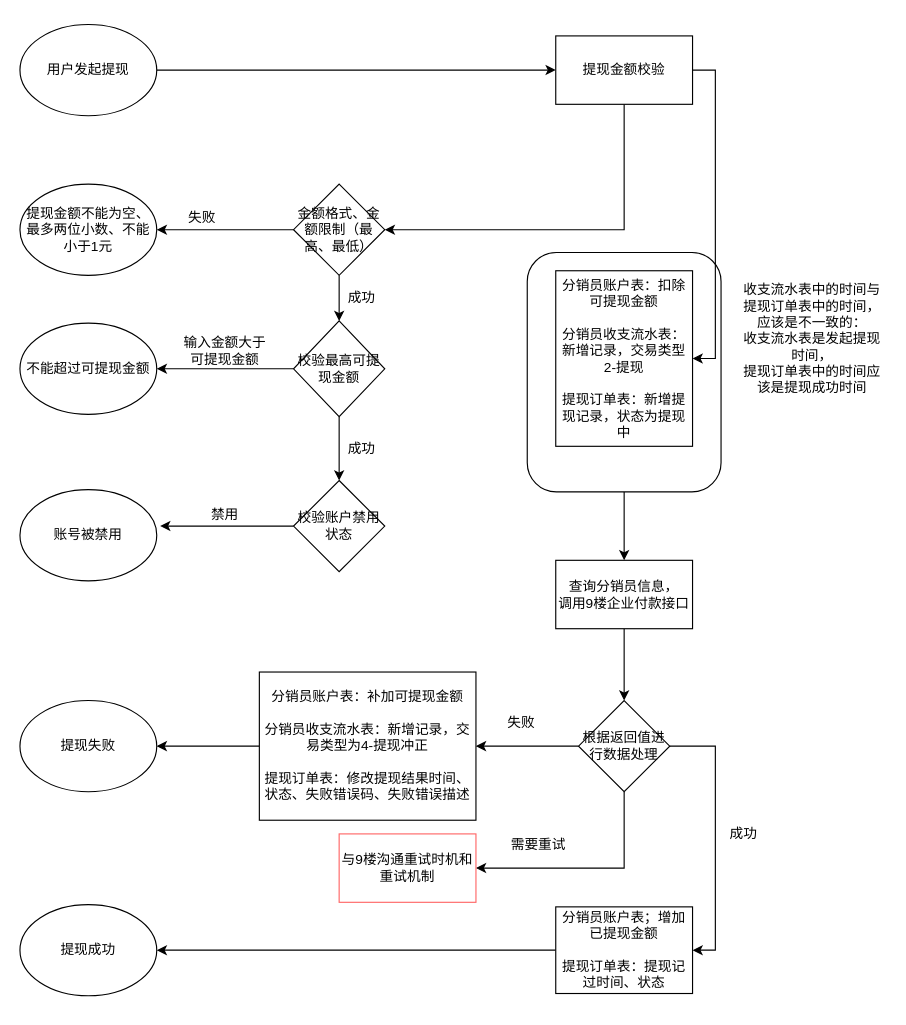
dingchengyungit/drawio keeps this draw.io diagram as 杨妈二期分销员模块-提现流程图.drawio. Above is the earlier version. Source tidied: cells renumbered, new cells numbered last; positions are measured from the earlier drawing's top-left corner, leaving out a move shared by most shapes. Both pictures are drawn from the tidied source at 114%, with x=0, y=0 at pixel (19, 24).
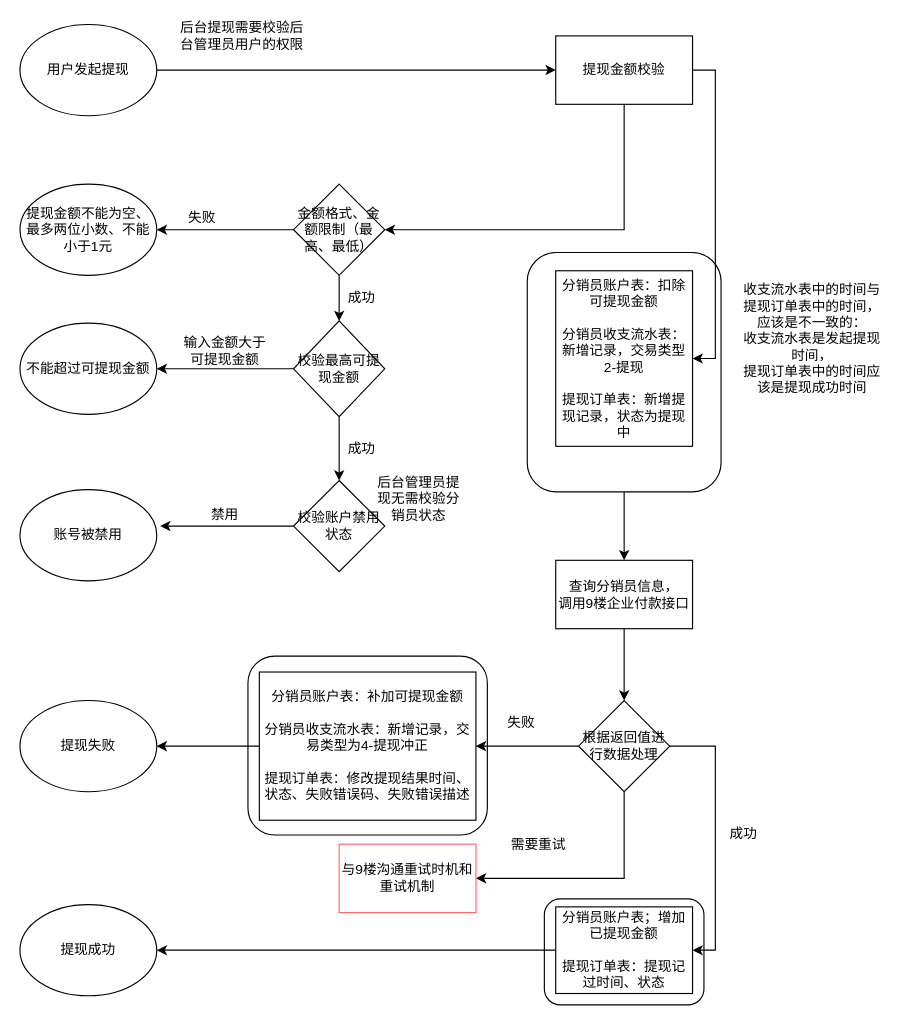
The same diagram, later.

Commit message:
更新杨妈二期分销员模块-提现流程图.drawio

Diff of the diagram source:
```diff
@@
+    <mxCell id="43" style="rounded=1;whiteSpace=wrap;html=1;" parent="1" vertex="1">
+      <mxGeometry x="460" y="767" width="140" height="93" as="geometry" />
+    </mxCell>
+    <mxCell id="44" style="rounded=1;whiteSpace=wrap;html=1;" parent="1" vertex="1">
+      <mxGeometry x="200" y="554" width="210" height="157" as="geometry" />
+    </mxCell>
@@
     <mxCell id="37" value="与9楼沟通重试时机和重试机制" style="rounded=0;whiteSpace=wrap;html=1;strokeColor=#FF6666;" parent="1" vertex="1">
-      <mxGeometry x="280" y="710" width="120" height="60" as="geometry" />
+      <mxGeometry x="280" y="719" width="120" height="60" as="geometry" />
     </mxCell>
@@
+    <mxCell id="45" value="后台提现需要校验后台管理员用户的权限" style="text;html=1;strokeColor=none;fillColor=none;align=center;verticalAlign=middle;whiteSpace=wrap;rounded=0;" parent="1" vertex="1">
+      <mxGeometry x="140" width="110" height="20" as="geometry" />
+    </mxCell>
+    <mxCell id="46" value="后台管理员提现无需校验分销员状态" style="text;html=1;strokeColor=none;fillColor=none;align=center;verticalAlign=middle;whiteSpace=wrap;rounded=0;" parent="1" vertex="1">
+      <mxGeometry x="310" y="400" width="80" height="32" as="geometry" />
+    </mxCell>
```
